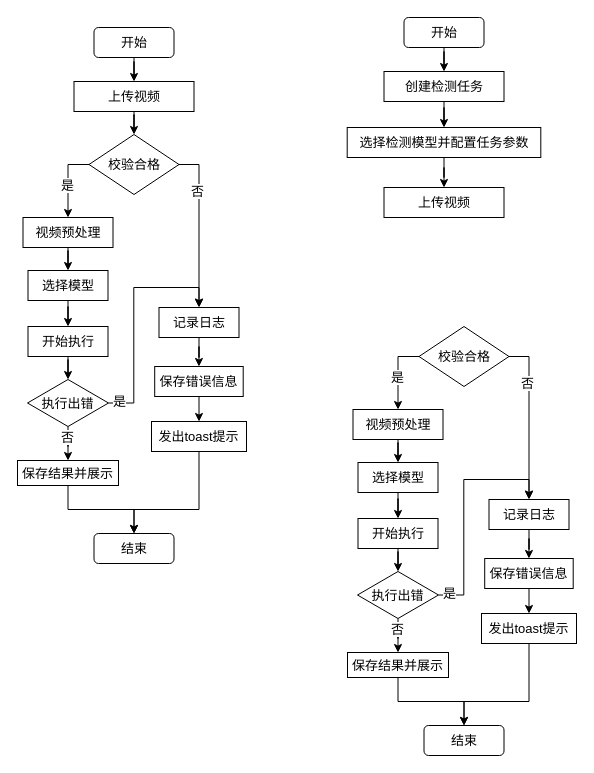
Earlier version of the draw.io diagram DrawIO_file/流程图/目标检测模块流程图.drawio (DingDongZz/typera_PicGO). Source tidied: cells renumbered, new cells numbered last; positions are measured from the earlier drawing's top-left corner, leaving out a move shared by most shapes. Both pictures are drawn from the tidied source at 100%, with x=0, y=0 at pixel (17, 17).
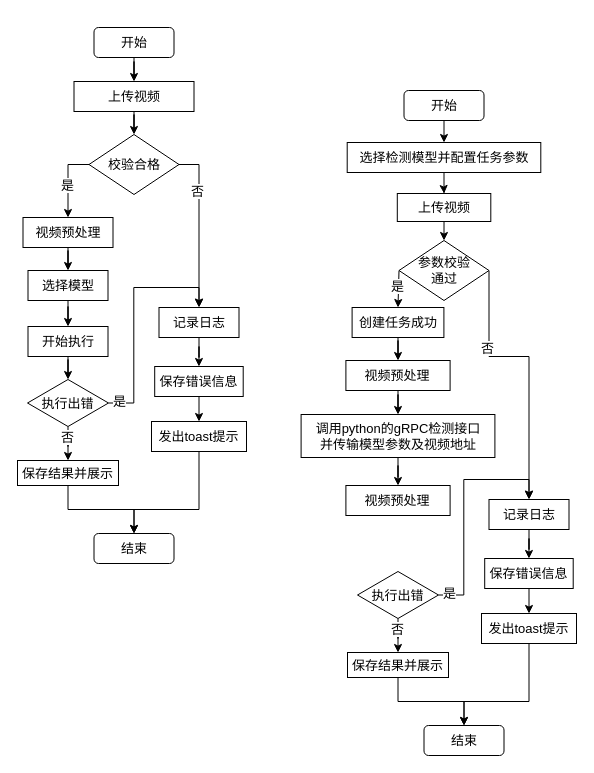
The same page after the edit.

Commit message (it also covers changes not shown here):
更新目标检测模块流程图.drawio

The change refers to these unchanged cells:
```xml
<mxCell id="50" value="执行出错" style="rhombus;whiteSpace=wrap;html=1;fontFamily=宋体;fontSize=13;" parent="1" vertex="1">
  <mxGeometry x="340" y="554" width="81" height="47" as="geometry" />
</mxCell>
```

What changed in the source:
```diff
@@
-    <mxCell id="31" style="edgeStyle=orthogonalEdgeStyle;rounded=0;jettySize=auto;html=1;entryX=0.5;entryY=0;entryDx=0;entryDy=0;fontFamily=宋体;fontSize=13;" parent="1" edge="1" source="32" target="34">
-      <mxGeometry relative="1" as="geometry" />
-    </mxCell>
-    <mxCell id="32" value="开始" style="rounded=1;whiteSpace=wrap;html=1;fontFamily=宋体;fontSize=13;" parent="1" vertex="1">
-      <mxGeometry x="386.5" width="80" height="30" as="geometry" />
-    </mxCell>
-    <mxCell id="33" style="edgeStyle=orthogonalEdgeStyle;rounded=0;jettySize=auto;html=1;entryX=0.5;entryY=0;entryDx=0;entryDy=0;" parent="1" edge="1" source="34" target="61">
-      <mxGeometry relative="1" as="geometry" />
+    <mxCell id="33" style="rounded=0;jettySize=auto;html=1;entryX=0.5;entryY=0;entryDx=0;entryDy=0;" parent="1" edge="1" target="61">
+      <mxGeometry relative="1" as="geometry">
+        <mxPoint x="426.5" y="84" as="sourcePoint" />
+      </mxGeometry>
     </mxCell>
-    <mxCell id="34" value="创建检测任务" style="rounded=0;whiteSpace=wrap;html=1;fontFamily=宋体;fontSize=13;" parent="1" vertex="1">
-      <mxGeometry x="366.5" y="54" width="120" height="30" as="geometry" />
-    </mxCell>
-    <mxCell id="35" style="edgeStyle=orthogonalEdgeStyle;rounded=0;jettySize=auto;html=1;entryX=0.5;entryY=0;entryDx=0;entryDy=0;exitX=0;exitY=0.5;exitDx=0;exitDy=0;fontFamily=宋体;fontSize=13;" parent="1" edge="1" source="39" target="41">
-      <mxGeometry relative="1" as="geometry">
-        <Array as="points">
-          <mxPoint x="380.5" y="339" />
-        </Array>
-      </mxGeometry>
+    <mxCell id="35" style="rounded=0;jettySize=auto;html=1;entryX=0.5;entryY=0;entryDx=0;entryDy=0;exitX=0;exitY=0.5;exitDx=0;exitDy=0;fontFamily=宋体;fontSize=13;" parent="1" edge="1" source="39" target="41">
+      <mxGeometry relative="1" as="geometry" />
     </mxCell>
     <mxCell id="36" value="是" style="edgeLabel;html=1;align=center;verticalAlign=middle;fontFamily=宋体;fontSize=13;" parent="35" vertex="1">
-      <mxGeometry x="0.1" y="-1" relative="1" as="geometry" />
+      <mxGeometry x="0.1" y="-1" relative="1" as="geometry">
+        <mxPoint y="-4" as="offset" />
+      </mxGeometry>
     </mxCell>
@@
-    <mxCell id="39" value="校验合格" style="rhombus;whiteSpace=wrap;html=1;fontFamily=宋体;fontSize=13;" parent="1" vertex="1">
-      <mxGeometry x="401.5" y="309" width="90" height="60" as="geometry" />
+    <mxCell id="39" value="参数校验&lt;div&gt;通过&lt;/div&gt;" style="rhombus;whiteSpace=wrap;html=1;fontFamily=宋体;fontSize=13;" parent="1" vertex="1">
+      <mxGeometry x="381.5" y="223" width="90" height="60" as="geometry" />
     </mxCell>
-    <mxCell id="40" style="edgeStyle=orthogonalEdgeStyle;rounded=0;jettySize=auto;html=1;entryX=0.5;entryY=0;entryDx=0;entryDy=0;fontFamily=宋体;fontSize=13;" parent="1" edge="1" source="41" target="43">
-      <mxGeometry relative="1" as="geometry" />
-    </mxCell>
+    <mxCell id="63" style="edgeStyle=orthogonalEdgeStyle;rounded=0;jettySize=auto;html=1;entryX=0.5;entryY=0;entryDx=0;entryDy=0;" parent="1" edge="1" source="41" target="45">
+      <mxGeometry relative="1" as="geometry" />
+    </mxCell>
-    <mxCell id="41" value="视频预处理" style="rounded=0;whiteSpace=wrap;html=1;fontFamily=宋体;fontSize=13;" parent="1" vertex="1">
-      <mxGeometry x="335.5" y="392" width="90" height="30" as="geometry" />
+    <mxCell id="41" value="创建任务成功" style="rounded=0;whiteSpace=wrap;html=1;fontFamily=宋体;fontSize=13;" parent="1" vertex="1">
+      <mxGeometry x="334.6" y="290" width="91.8" height="30" as="geometry" />
     </mxCell>
-    <mxCell id="42" style="edgeStyle=orthogonalEdgeStyle;rounded=0;jettySize=auto;html=1;entryX=0.5;entryY=0;entryDx=0;entryDy=0;fontFamily=宋体;fontSize=13;" parent="1" edge="1" source="43" target="45">
-      <mxGeometry relative="1" as="geometry" />
-    </mxCell>
-    <mxCell id="43" value="选择模型" style="rounded=0;whiteSpace=wrap;html=1;fontFamily=宋体;fontSize=13;" parent="1" vertex="1">
-      <mxGeometry x="340.5" y="445" width="80" height="30" as="geometry" />
-    </mxCell>
-    <mxCell id="44" style="edgeStyle=orthogonalEdgeStyle;rounded=0;jettySize=auto;html=1;entryX=0.5;entryY=0;entryDx=0;entryDy=0;fontFamily=宋体;fontSize=13;" parent="1" edge="1" source="45" target="50">
-      <mxGeometry relative="1" as="geometry" />
-    </mxCell>
+    <mxCell id="64" style="edgeStyle=orthogonalEdgeStyle;rounded=0;jettySize=auto;html=1;entryX=0.5;entryY=0;entryDx=0;entryDy=0;" parent="1" edge="1" source="45" target="67">
+      <mxGeometry relative="1" as="geometry" />
+    </mxCell>
-    <mxCell id="45" value="开始执行" style="rounded=0;whiteSpace=wrap;html=1;fontFamily=宋体;fontSize=13;" parent="1" vertex="1">
-      <mxGeometry x="340.5" y="501" width="80" height="30" as="geometry" />
+    <mxCell id="45" value="视频预处理" style="rounded=0;whiteSpace=wrap;html=1;fontFamily=宋体;fontSize=13;" parent="1" vertex="1">
+      <mxGeometry x="328.4" y="343" width="104.2" height="30" as="geometry" />
     </mxCell>
@@
     <mxCell id="61" value="选择检测模型并配置任务参数" style="rounded=0;whiteSpace=wrap;html=1;fontFamily=宋体;fontSize=13;" parent="1" vertex="1">
-      <mxGeometry x="329.7" y="110" width="193.6" height="30" as="geometry" />
+      <mxGeometry x="329.7" y="125" width="193.6" height="30" as="geometry" />
     </mxCell>
+    <mxCell id="65" style="rounded=0;jettySize=auto;html=1;entryX=0.5;entryY=0;entryDx=0;entryDy=0;" parent="1" edge="1" source="62" target="39">
+      <mxGeometry relative="1" as="geometry" />
+    </mxCell>
     <mxCell id="62" value="上传视频" style="rounded=0;whiteSpace=wrap;html=1;fontFamily=宋体;fontSize=13;" parent="1" vertex="1">
-      <mxGeometry x="366.5" y="170" width="120" height="30" as="geometry" />
+      <mxGeometry x="379.8" y="176" width="93.5" height="28" as="geometry" />
     </mxCell>
+    <mxCell id="32" value="开始" style="rounded=1;whiteSpace=wrap;html=1;fontFamily=宋体;fontSize=13;" parent="1" vertex="1">
+      <mxGeometry x="386.5" y="73" width="80" height="30" as="geometry" />
+    </mxCell>
+    <mxCell id="66" style="edgeStyle=orthogonalEdgeStyle;rounded=0;jettySize=auto;html=1;entryX=0.5;entryY=0;entryDx=0;entryDy=0;" parent="1" edge="1" source="67" target="68">
+      <mxGeometry relative="1" as="geometry" />
+    </mxCell>
+    <mxCell id="67" value="调用python的gRPC检测接口&lt;div&gt;并传输模型参数及视频地址&lt;/div&gt;" style="rounded=0;whiteSpace=wrap;html=1;fontFamily=宋体;fontSize=13;" parent="1" vertex="1">
+      <mxGeometry x="283.6" y="397" width="193.8" height="43" as="geometry" />
+    </mxCell>
+    <mxCell id="68" value="视频预处理" style="rounded=0;whiteSpace=wrap;html=1;fontFamily=宋体;fontSize=13;" parent="1" vertex="1">
+      <mxGeometry x="328.4" y="468" width="104.2" height="30" as="geometry" />
+    </mxCell>
```
